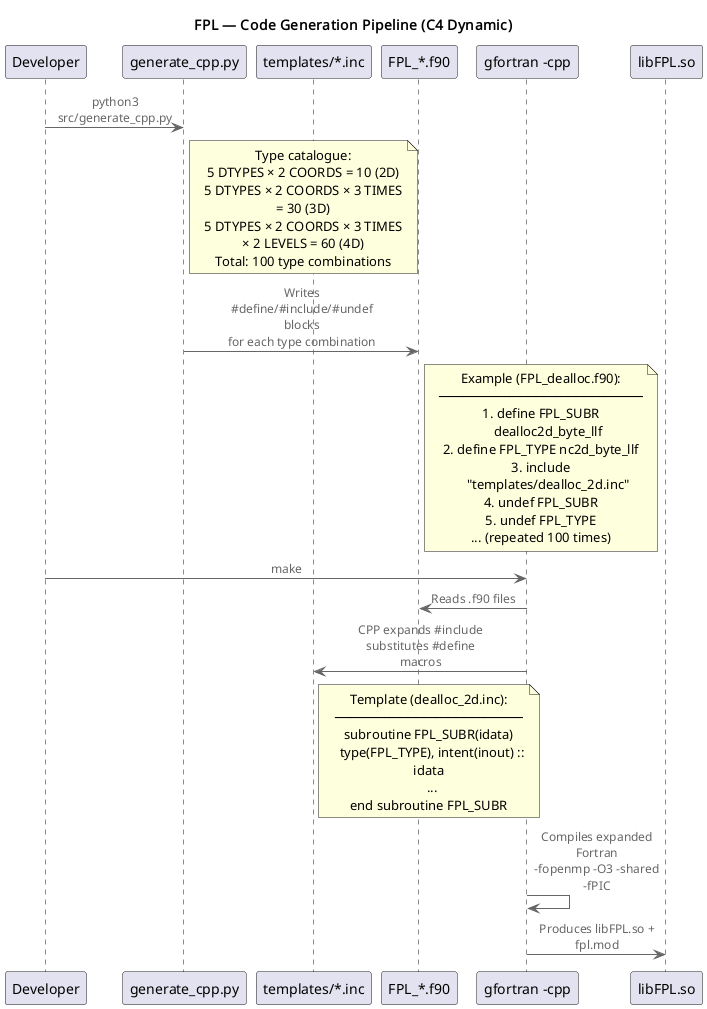
This is docs/static/diagrams/c4_codegen.png from pimentafm/FortranProcessingLibrary, a PlantUML export, as it was before one commit.
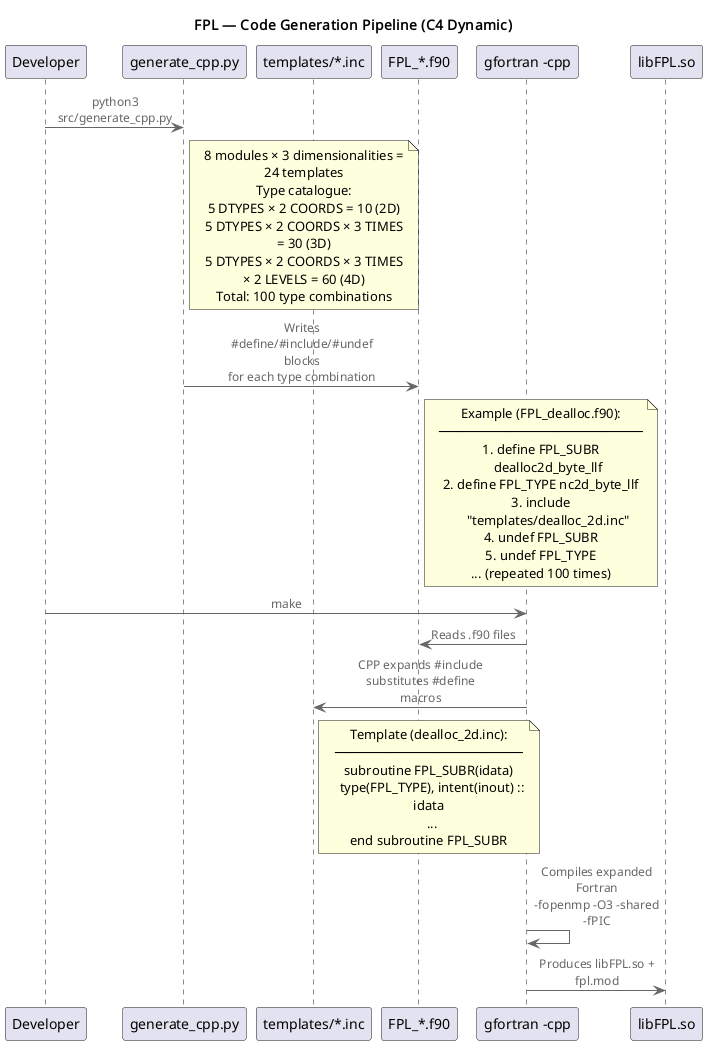
Above is the later version.

Diff of the diagram source:
```diff
@@ -13,6 +13,7 @@
 dev -> gen : python3 src/generate_cpp.py
 
 note right of gen
+  8 modules × 3 dimensionalities = 24 templates
   Type catalogue:
   5 DTYPES × 2 COORDS = 10 (2D)
   5 DTYPES × 2 COORDS × 3 TIMES = 30 (3D)
```
